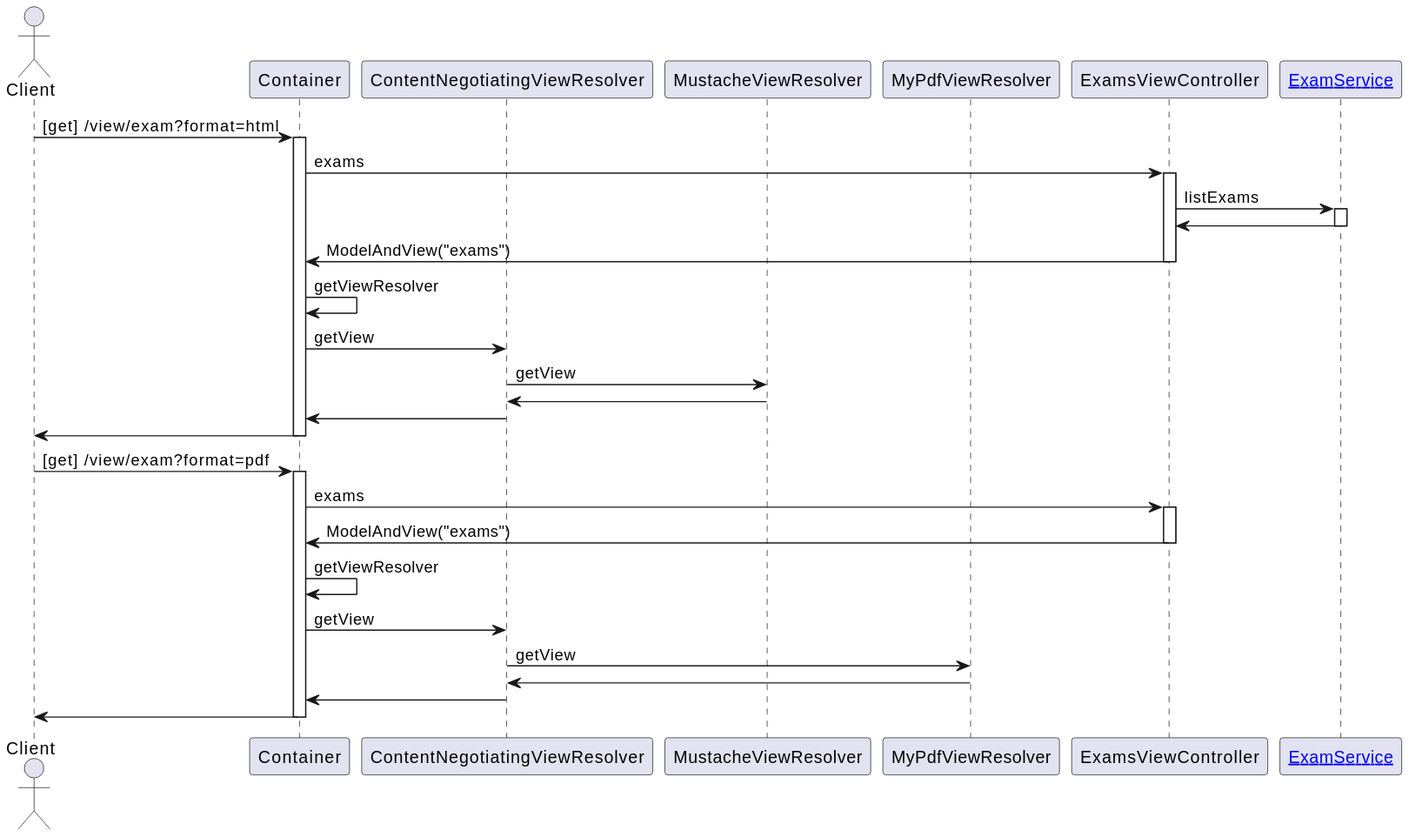
johnlayton/nokescourt keeps this PlantUML diagram as docs/sequence.svg. Above is the earlier version.
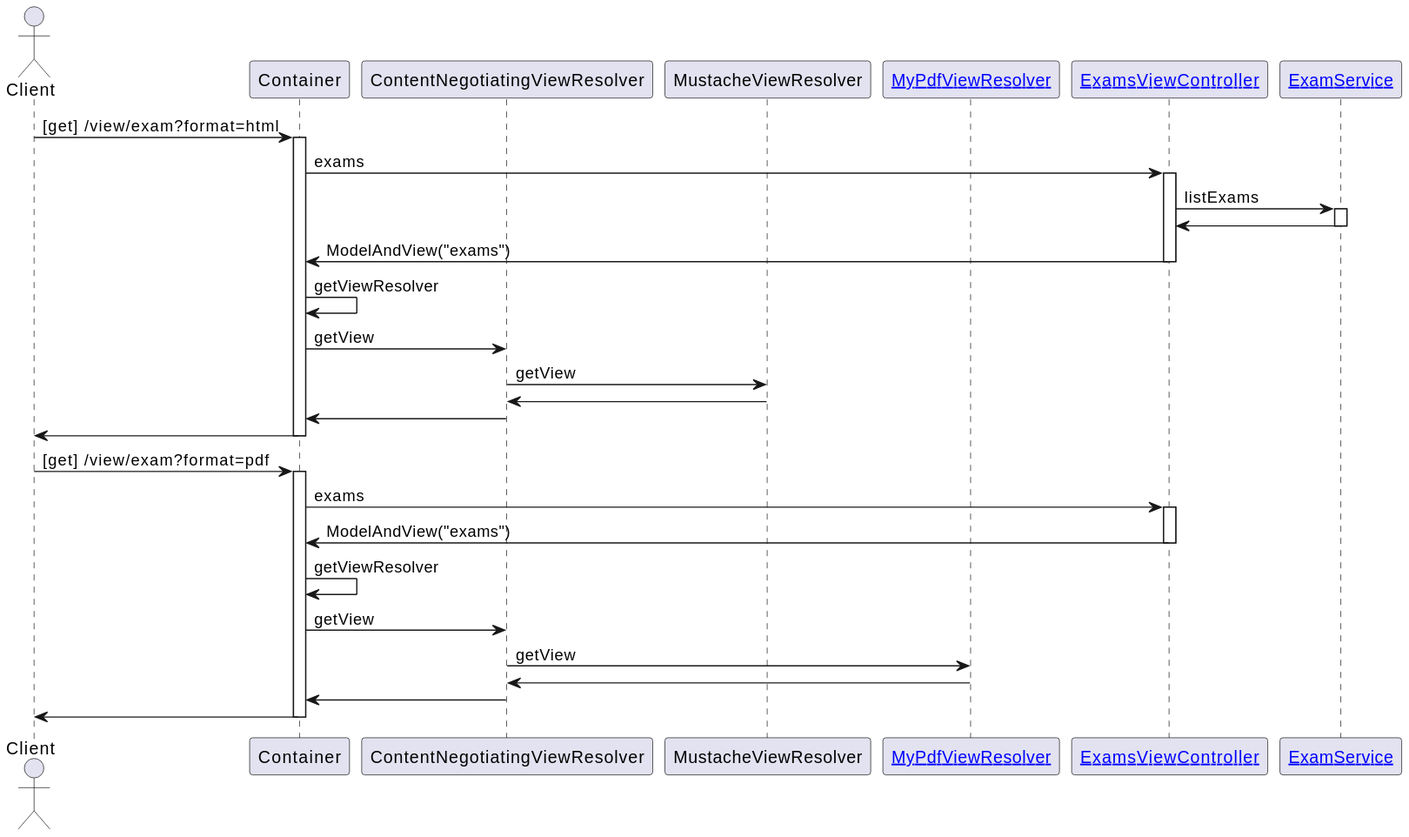
The same file after the commit.

What changed in the source:
```diff
@@ -3,8 +3,8 @@
 participant Container
 participant ContentNegotiatingViewResolver
 participant MustacheViewResolver
-participant MyPdfViewResolver
-participant ExamsViewController
+participant "[[https://github.com/johnlayton/nokescourt/blob/main/src/main/java/org/nokescourt/NokesCourtApplication.java#L198 MyPdfViewResolver]]" as MyPdfViewResolver
+participant "[[https://github.com/johnlayton/nokescourt/blob/main/src/main/java/org/nokescourt/NokesCourtApplication.java#L83 ExamsViewController]]" as ExamsViewController
 participant "[[https://github.com/johnlayton/nokescourt/blob/main/src/main/java/org/nokescourt/NokesCourtApplication.java#L103 ExamService]]" as ExamService
 
 Client -> Container : [get] /view/exam?format=html
```
